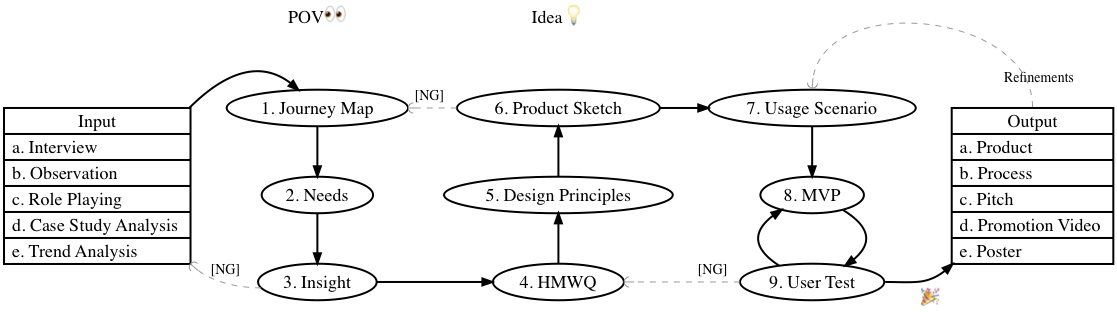
The Graphviz diagram toolkit/edp-toolkit.png in titech-edp/titech-edp.github.io, before a commit. Its source is kept beside it as toolkit/edp-toolkit.dot.
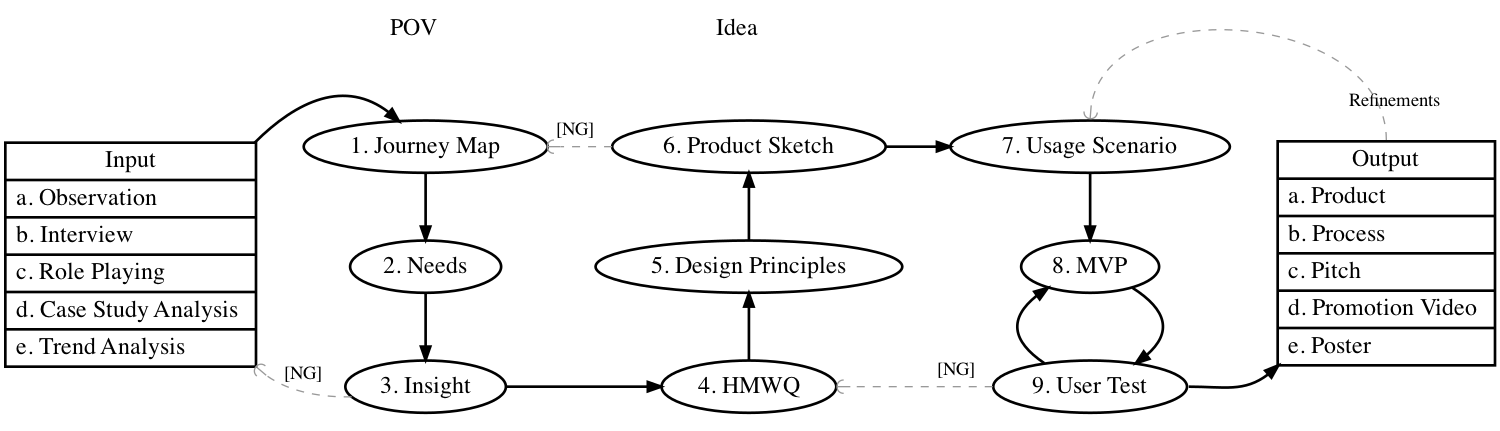
After the commit.

What changed in the source:
```diff
@@ -13,7 +13,7 @@
 	  ];
 
     Input [
-	   label = "Input|a. Interview \l|b. Observation \l|c. Role Playing \l|d. Case Study Analysis \l|e. Trend Analysis \l",
+	   label = "Input|a. Observation \l|b. Interview \l|c. Role Playing \l|d. Case Study Analysis \l|e. Trend Analysis \l",
 	   shape = record,
 	   ];
     Output [
```
